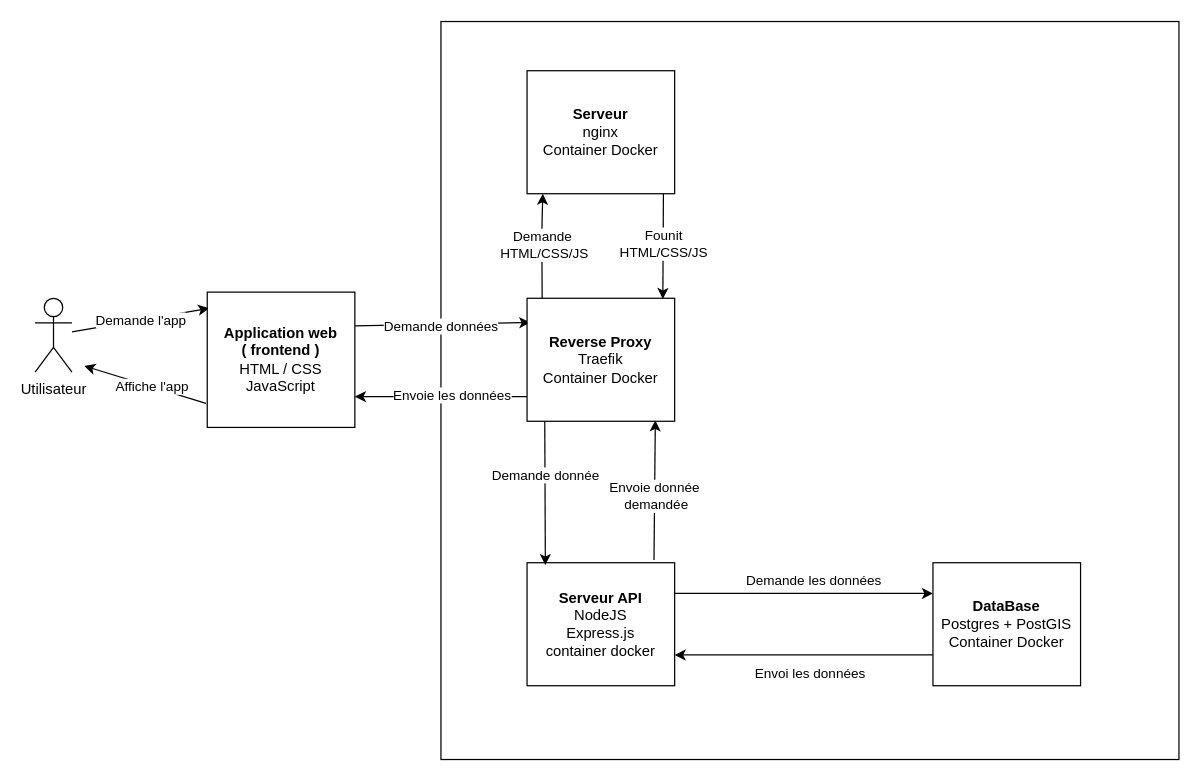
Above: 01_doc/Rapport-TB/assets/figures/infra.drawio in heig-vd-tin/plan-heigvd (draw.io), before the change. Source tidied: cells renumbered, new cells numbered last; positions are measured from the earlier drawing's top-left corner, leaving out a move shared by most shapes. Both pictures are drawn from the tidied source at 123%, with x=0, y=0 at pixel (34, 21).
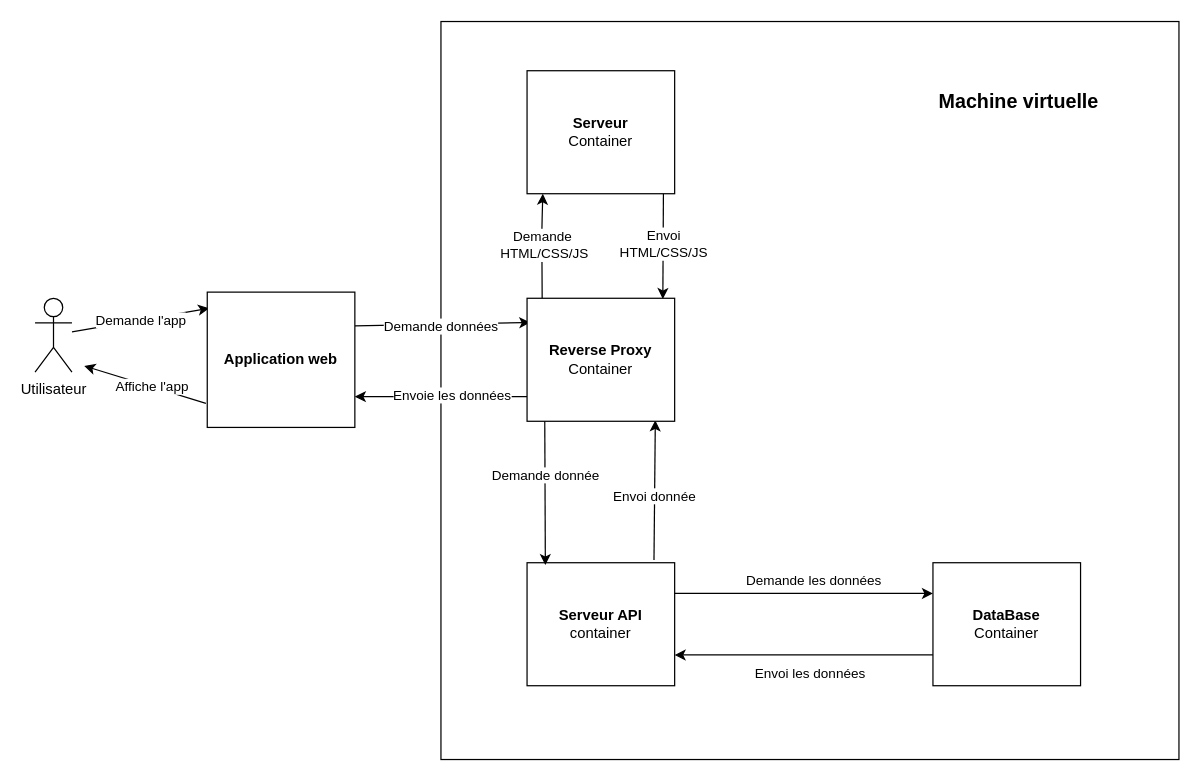
After the change.

The change refers to these unchanged cells:
```xml
<mxCell id="3" style="edgeStyle=none;html=1;entryX=0.869;entryY=0.992;entryDx=0;entryDy=0;entryPerimeter=0;exitX=0.86;exitY=-0.022;exitDx=0;exitDy=0;exitPerimeter=0;" parent="1" edge="1" source="5" target="25">
  <mxGeometry relative="1" as="geometry" />
</mxCell>
```

The edit, as a diff of the source:
```diff
@@
-    <mxCell id="4" value="Envoie donnée&amp;nbsp;&lt;br&gt;demandée" style="edgeLabel;html=1;align=center;verticalAlign=middle;" parent="3" vertex="1">
+    <mxCell id="4" value="Envoi donnée&amp;nbsp;" style="edgeLabel;html=1;align=center;verticalAlign=middle;" parent="3" vertex="1">
       <mxGeometry x="-0.09" y="-1" relative="1" as="geometry" />
     </mxCell>
-    <mxCell id="5" value="&lt;div&gt;&lt;b&gt;Serveur API&lt;/b&gt;&lt;/div&gt;&lt;div&gt;NodeJS&lt;b&gt;&lt;br&gt;&lt;/b&gt;&lt;/div&gt;&lt;div&gt;Express.js&lt;/div&gt;&lt;div&gt;container docker&lt;/div&gt;" style="rounded=0;whiteSpace=wrap;html=1;" parent="1" vertex="1">
+    <mxCell id="5" value="&lt;div&gt;&lt;b&gt;Serveur API&lt;/b&gt;&lt;/div&gt;&lt;div&gt;container&lt;/div&gt;" style="rounded=0;whiteSpace=wrap;html=1;" parent="1" vertex="1">
       <mxGeometry x="400" y="440" width="120" height="100" as="geometry" />
     </mxCell>
@@
-    <mxCell id="8" value="&lt;div&gt;&lt;b&gt;DataBase&lt;br&gt;&lt;/b&gt;&lt;/div&gt;&lt;div&gt;Postgres + PostGIS&lt;br&gt;&lt;/div&gt;&lt;div&gt;Container Docker&lt;/div&gt;" style="rounded=0;whiteSpace=wrap;html=1;" parent="1" vertex="1">
+    <mxCell id="8" value="&lt;div&gt;&lt;b&gt;DataBase&lt;/b&gt;&lt;/div&gt;&lt;div&gt;Container&lt;/div&gt;" style="rounded=0;whiteSpace=wrap;html=1;" parent="1" vertex="1">
       <mxGeometry x="730" y="440" width="120" height="100" as="geometry" />
     </mxCell>
@@
-    <mxCell id="16" value="&lt;div&gt;&lt;b&gt;Application web&lt;/b&gt;&lt;/div&gt;&lt;div&gt;&lt;b&gt;( frontend )&lt;br&gt;&lt;/b&gt;&lt;/div&gt;&lt;div&gt;HTML / CSS JavaScript&lt;br&gt;&lt;/div&gt;" style="rounded=0;whiteSpace=wrap;html=1;" parent="1" vertex="1">
+    <mxCell id="16" value="&lt;div&gt;&lt;b&gt;Application web&lt;/b&gt;&lt;/div&gt;" style="rounded=0;whiteSpace=wrap;html=1;" parent="1" vertex="1">
       <mxGeometry x="140" y="220" width="120" height="110" as="geometry" />
     </mxCell>
-    <mxCell id="17" value="Founit &lt;br&gt;HTML/CSS/JS" style="edgeStyle=none;html=1;entryX=0.92;entryY=0.006;entryDx=0;entryDy=0;entryPerimeter=0;exitX=0.924;exitY=0.969;exitDx=0;exitDy=0;exitPerimeter=0;" parent="1" edge="1" source="18" target="25">
+    <mxCell id="17" value="Envoi&lt;br&gt;HTML/CSS/JS" style="edgeStyle=none;html=1;entryX=0.92;entryY=0.006;entryDx=0;entryDy=0;entryPerimeter=0;exitX=0.924;exitY=0.969;exitDx=0;exitDy=0;exitPerimeter=0;" parent="1" edge="1" source="18" target="25">
       <mxGeometry relative="1" as="geometry" />
     </mxCell>
-    <mxCell id="18" value="&lt;div&gt;&lt;b&gt;Serveur&lt;br&gt;&lt;/b&gt;&lt;/div&gt;&lt;div&gt;nginx&lt;/div&gt;&lt;div&gt;Container Docker&lt;/div&gt;" style="rounded=0;whiteSpace=wrap;html=1;" parent="1" vertex="1">
+    <mxCell id="18" value="&lt;div&gt;&lt;b&gt;Serveur&lt;/b&gt;&lt;/div&gt;&lt;div&gt;Container&lt;/div&gt;" style="rounded=0;whiteSpace=wrap;html=1;" parent="1" vertex="1">
       <mxGeometry x="400" y="40" width="120" height="100" as="geometry" />
     </mxCell>
@@
-    <mxCell id="25" value="&lt;div&gt;&lt;b&gt;Reverse Proxy&lt;/b&gt;&lt;/div&gt;&lt;div&gt;Traefik&lt;/div&gt;&lt;div&gt;Container Docker&lt;/div&gt;" style="rounded=0;whiteSpace=wrap;html=1;" parent="1" vertex="1">
+    <mxCell id="25" value="&lt;div&gt;&lt;b&gt;Reverse Proxy&lt;/b&gt;&lt;/div&gt;&lt;div&gt;Container&lt;/div&gt;" style="rounded=0;whiteSpace=wrap;html=1;" parent="1" vertex="1">
       <mxGeometry x="400" y="225" width="120" height="100" as="geometry" />
     </mxCell>
+    <mxCell id="26" value="&lt;font style=&quot;font-size: 16px&quot;&gt;&lt;b&gt;Machine virtuelle&lt;/b&gt;&lt;br&gt;&lt;/font&gt;" style="text;html=1;strokeColor=none;fillColor=none;align=center;verticalAlign=middle;whiteSpace=wrap;rounded=0;" parent="1" vertex="1">
+      <mxGeometry x="700" y="50" width="200" height="30" as="geometry" />
+    </mxCell>
```
